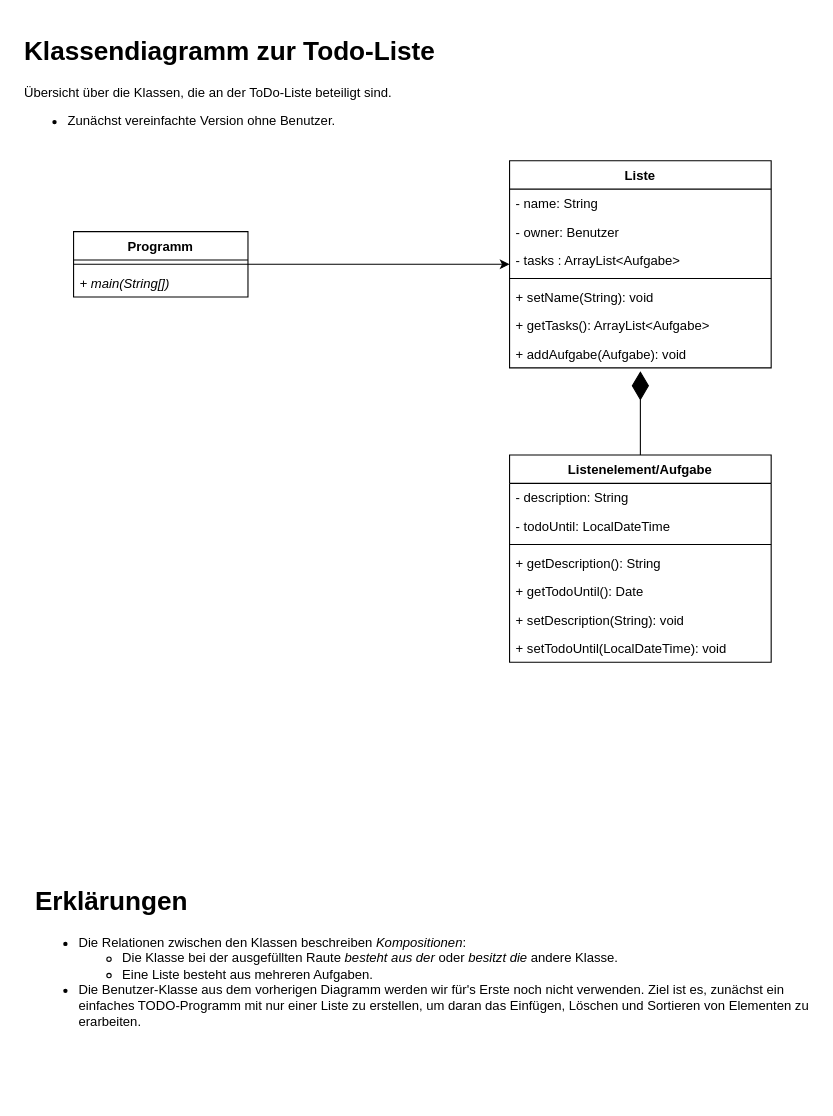
This is uml/Todo-Liste.drawio from wwi20ama-programmierung/todo-list, a draw.io file, before an edit. Source tidied: cells renumbered, new cells numbered last; positions are measured from the earlier drawing's top-left corner, leaving out a move shared by most shapes. Both pictures are drawn from the tidied source at 109%, with x=0, y=0 at pixel (19, 29).
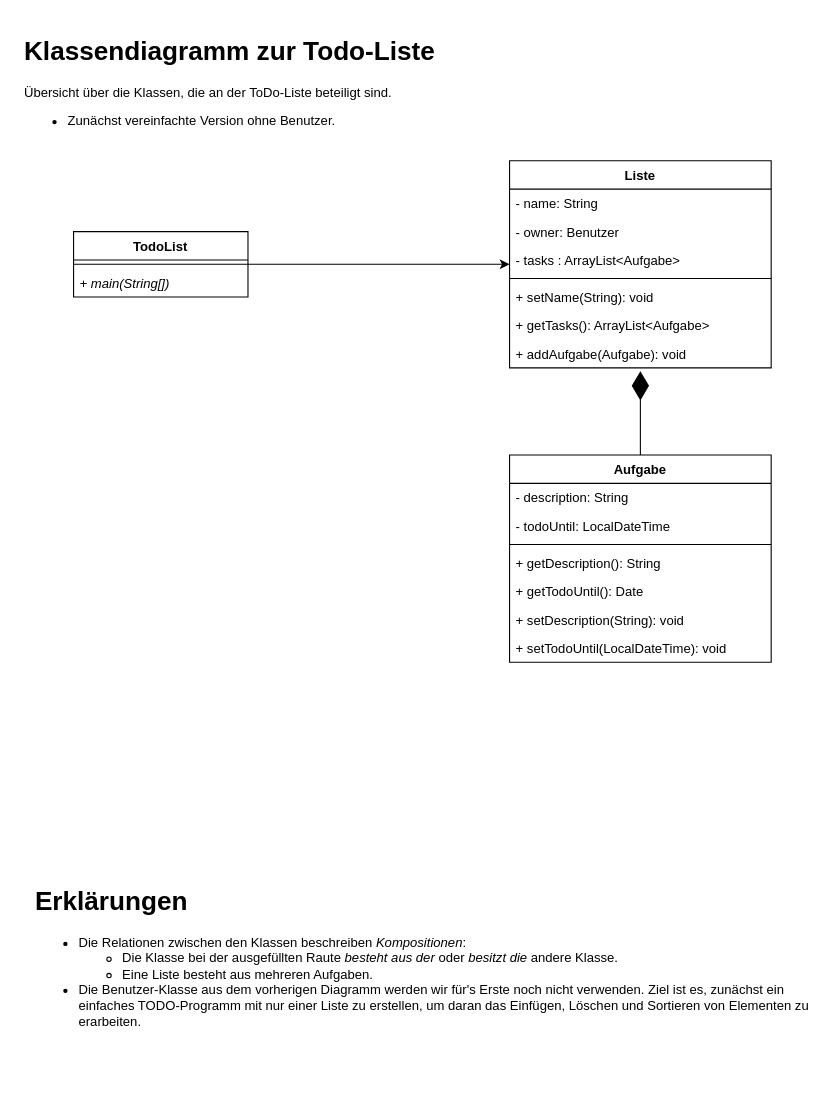
The same page after the edit.

Commit message (it also covers changes not shown here):
Namen im Klassendiagramm angepasst.

What changed in the source:
```diff
@@
-    <mxCell id="3" value="Programm" style="swimlane;fontStyle=1;align=center;verticalAlign=top;horizontal=1;startSize=26;" parent="1" vertex="1">
+    <mxCell id="3" value="TodoList" style="swimlane;fontStyle=1;align=center;verticalAlign=top;horizontal=1;startSize=26;" parent="1" vertex="1">
       <mxGeometry x="50" y="185" width="160" height="60" as="geometry" />
     </mxCell>
@@
-    <mxCell id="14" value="Listenelement/Aufgabe" style="swimlane;fontStyle=1;align=center;verticalAlign=top;horizontal=1;startSize=26;" parent="1" vertex="1">
+    <mxCell id="14" value="Aufgabe" style="swimlane;fontStyle=1;align=center;verticalAlign=top;horizontal=1;startSize=26;" parent="1" vertex="1">
       <mxGeometry x="450" y="390" width="240" height="190" as="geometry" />
     </mxCell>
```
